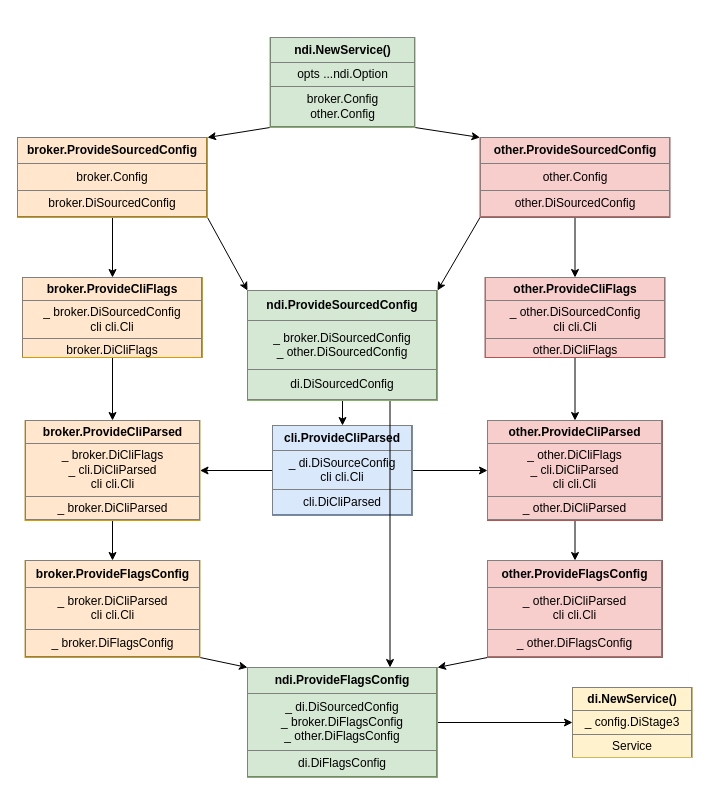
Above: docs/wire/new_wire_di.dio in jochumdev/microwire (draw.io), before the change. Source tidied: cells renumbered, new cells numbered last; positions are measured from the earlier drawing's top-left corner, leaving out a move shared by most shapes. Both pictures are drawn from the tidied source at 100%, with x=0, y=0 at pixel (17, 37).
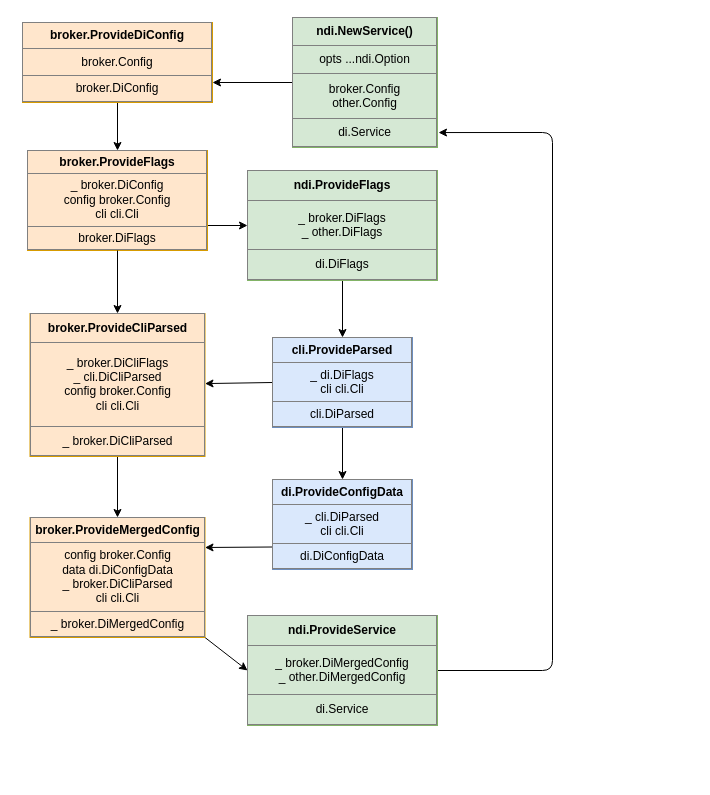
The same diagram, later.

Commit message (it also covers changes not shown here):
(docs): Update new_wire diagram

The edit, as a diff of the source:
```diff
@@
-    <mxCell id="2" value="&lt;table border=&quot;1&quot; width=&quot;100%&quot; height=&quot;100%&quot; cellpadding=&quot;4&quot; style=&quot;width:100%;height:100%;border-collapse:collapse;&quot;&gt;&lt;tbody&gt;&lt;tr&gt;&lt;th align=&quot;center&quot;&gt;&lt;b&gt;di.NewService()&lt;/b&gt;&lt;/th&gt;&lt;/tr&gt;&lt;tr&gt;&lt;td align=&quot;center&quot;&gt;_ config.DiStage3&lt;br&gt;&lt;/td&gt;&lt;/tr&gt;&lt;tr&gt;&lt;td align=&quot;center&quot;&gt;Service&lt;br&gt;&lt;/td&gt;&lt;/tr&gt;&lt;/tbody&gt;&lt;/table&gt;" style="text;html=1;strokeColor=#d6b656;fillColor=#fff2cc;overflow=fill;" parent="1" vertex="1">
-      <mxGeometry x="555" y="650" width="120" height="70" as="geometry" />
-    </mxCell>
-    <mxCell id="3" style="edgeStyle=none;html=1;exitX=0;exitY=1;exitDx=0;exitDy=0;entryX=1;entryY=0;entryDx=0;entryDy=0;startArrow=none;startFill=0;endArrow=classic;endFill=1;" parent="1" edge="1" source="5" target="22">
-      <mxGeometry relative="1" as="geometry" />
-    </mxCell>
-    <mxCell id="4" style="edgeStyle=none;html=1;exitX=1;exitY=1;exitDx=0;exitDy=0;entryX=0;entryY=0;entryDx=0;entryDy=0;startArrow=none;startFill=0;endArrow=classic;endFill=1;" parent="1" edge="1" source="5" target="31">
-      <mxGeometry relative="1" as="geometry" />
-    </mxCell>
+    <mxCell id="32" style="edgeStyle=none;html=1;entryX=1;entryY=0.75;entryDx=0;entryDy=0;" parent="1" edge="1" source="5" target="39">
+      <mxGeometry relative="1" as="geometry" />
+    </mxCell>
-    <mxCell id="5" value="&lt;table border=&quot;1&quot; width=&quot;100%&quot; height=&quot;100%&quot; cellpadding=&quot;4&quot; style=&quot;width: 100%; height: 100%; border-collapse: collapse;&quot;&gt;&lt;tbody&gt;&lt;tr&gt;&lt;th align=&quot;center&quot;&gt;&lt;b&gt;ndi.NewService()&lt;/b&gt;&lt;/th&gt;&lt;/tr&gt;&lt;tr&gt;&lt;td align=&quot;center&quot;&gt;opts ...ndi.Option&lt;/td&gt;&lt;/tr&gt;&lt;tr&gt;&lt;td align=&quot;center&quot;&gt;broker.Config&lt;br&gt;other.Config&lt;/td&gt;&lt;/tr&gt;&lt;/tbody&gt;&lt;/table&gt;" style="text;html=1;strokeColor=#82b366;fillColor=#d5e8d4;overflow=fill;" parent="1" vertex="1">
-      <mxGeometry x="252.5" width="145" height="90" as="geometry" />
+    <mxCell id="5" value="&lt;table border=&quot;1&quot; width=&quot;100%&quot; height=&quot;100%&quot; cellpadding=&quot;4&quot; style=&quot;width: 100%; height: 100%; border-collapse: collapse;&quot;&gt;&lt;tbody&gt;&lt;tr&gt;&lt;th align=&quot;center&quot;&gt;&lt;b&gt;ndi.NewService()&lt;/b&gt;&lt;/th&gt;&lt;/tr&gt;&lt;tr&gt;&lt;td align=&quot;center&quot;&gt;opts ...ndi.Option&lt;/td&gt;&lt;/tr&gt;&lt;tr&gt;&lt;td align=&quot;center&quot;&gt;broker.Config&lt;br&gt;other.Config&lt;/td&gt;&lt;/tr&gt;&lt;tr&gt;&lt;td style=&quot;text-align: center;&quot;&gt;di.Service&lt;/td&gt;&lt;/tr&gt;&lt;/tbody&gt;&lt;/table&gt;" style="text;html=1;strokeColor=#82b366;fillColor=#d5e8d4;overflow=fill;" parent="1" vertex="1">
+      <mxGeometry x="275" y="-20" width="145" height="130" as="geometry" />
     </mxCell>
+    <mxCell id="33" style="edgeStyle=none;html=1;exitX=0.5;exitY=1;exitDx=0;exitDy=0;" parent="1" edge="1" source="8" target="37">
+      <mxGeometry relative="1" as="geometry" />
+    </mxCell>
-    <mxCell id="6" style="edgeStyle=none;html=1;exitX=0;exitY=0.5;exitDx=0;exitDy=0;startArrow=none;startFill=0;endArrow=classic;endFill=1;" parent="1" edge="1" source="8" target="12">
+    <mxCell id="6" style="edgeStyle=none;html=1;exitX=0;exitY=0.5;exitDx=0;exitDy=0;" parent="1" edge="1" source="8" target="12">
       <mxGeometry relative="1" as="geometry" />
     </mxCell>
-    <mxCell id="7" style="edgeStyle=none;html=1;exitX=1;exitY=0.5;exitDx=0;exitDy=0;entryX=0;entryY=0.5;entryDx=0;entryDy=0;startArrow=none;startFill=0;endArrow=classic;endFill=1;" parent="1" edge="1" source="8" target="24">
-      <mxGeometry relative="1" as="geometry" />
-    </mxCell>
-    <mxCell id="8" value="&lt;table border=&quot;1&quot; width=&quot;100%&quot; height=&quot;100%&quot; cellpadding=&quot;4&quot; style=&quot;width: 100%; height: 100%; border-collapse: collapse;&quot;&gt;&lt;tbody&gt;&lt;tr&gt;&lt;th align=&quot;center&quot;&gt;cli.ProvideCliParsed&lt;/th&gt;&lt;/tr&gt;&lt;tr&gt;&lt;td align=&quot;center&quot;&gt;_ di.DiSourceConfig&lt;br&gt;cli cli.Cli&lt;br&gt;&lt;/td&gt;&lt;/tr&gt;&lt;tr&gt;&lt;td align=&quot;center&quot;&gt;cli.DiCliParsed&lt;br&gt;&lt;/td&gt;&lt;/tr&gt;&lt;/tbody&gt;&lt;/table&gt;" style="text;html=1;strokeColor=#6c8ebf;fillColor=#dae8fc;overflow=fill;" parent="1" vertex="1">
-      <mxGeometry x="255" y="388" width="140" height="90" as="geometry" />
+    <mxCell id="8" value="&lt;table border=&quot;1&quot; width=&quot;100%&quot; height=&quot;100%&quot; cellpadding=&quot;4&quot; style=&quot;width: 100%; height: 100%; border-collapse: collapse;&quot;&gt;&lt;tbody&gt;&lt;tr&gt;&lt;th align=&quot;center&quot;&gt;cli.ProvideParsed&lt;/th&gt;&lt;/tr&gt;&lt;tr&gt;&lt;td align=&quot;center&quot;&gt;_ di.DiFlags&lt;br&gt;cli cli.Cli&lt;br&gt;&lt;/td&gt;&lt;/tr&gt;&lt;tr&gt;&lt;td align=&quot;center&quot;&gt;cli.DiParsed&lt;br&gt;&lt;/td&gt;&lt;/tr&gt;&lt;/tbody&gt;&lt;/table&gt;" style="text;html=1;strokeColor=#6c8ebf;fillColor=#dae8fc;overflow=fill;" parent="1" vertex="1">
+      <mxGeometry x="255" y="300" width="140" height="90" as="geometry" />
     </mxCell>
-    <mxCell id="9" style="edgeStyle=none;html=1;entryX=0;entryY=0.5;entryDx=0;entryDy=0;startArrow=none;startFill=0;endArrow=classic;endFill=1;" parent="1" edge="1" source="10" target="2">
-      <mxGeometry relative="1" as="geometry" />
-    </mxCell>
+    <mxCell id="34" style="edgeStyle=none;html=1;exitX=1;exitY=0.5;exitDx=0;exitDy=0;entryX=1.007;entryY=0.885;entryDx=0;entryDy=0;entryPerimeter=0;" parent="1" edge="1" source="10" target="5">
+      <mxGeometry relative="1" as="geometry">
+        <Array as="points">
+          <mxPoint x="535" y="633" />
+          <mxPoint x="535" y="95" />
+        </Array>
+      </mxGeometry>
+    </mxCell>
-    <mxCell id="10" value="&lt;table border=&quot;1&quot; width=&quot;100%&quot; height=&quot;100%&quot; cellpadding=&quot;4&quot; style=&quot;width: 100%; height: 100%; border-collapse: collapse;&quot;&gt;&lt;tbody&gt;&lt;tr&gt;&lt;th align=&quot;center&quot;&gt;ndi.ProvideFlagsConfig&lt;/th&gt;&lt;/tr&gt;&lt;tr&gt;&lt;td align=&quot;center&quot;&gt;_ di.DiSourcedConfig&lt;br&gt;_ broker.DiFlagsConfig&lt;br&gt;_ other.DiFlagsConfig&lt;br&gt;&lt;/td&gt;&lt;/tr&gt;&lt;tr&gt;&lt;td align=&quot;center&quot;&gt;di.DiFlagsConfig&lt;br&gt;&lt;/td&gt;&lt;/tr&gt;&lt;/tbody&gt;&lt;/table&gt;" style="text;html=1;strokeColor=#82b366;fillColor=#d5e8d4;overflow=fill;" parent="1" vertex="1">
-      <mxGeometry x="230" y="630" width="190" height="110" as="geometry" />
+    <mxCell id="10" value="&lt;table border=&quot;1&quot; width=&quot;100%&quot; height=&quot;100%&quot; cellpadding=&quot;4&quot; style=&quot;width: 100%; height: 100%; border-collapse: collapse;&quot;&gt;&lt;tbody&gt;&lt;tr&gt;&lt;th align=&quot;center&quot;&gt;ndi.ProvideService&lt;/th&gt;&lt;/tr&gt;&lt;tr&gt;&lt;td align=&quot;center&quot;&gt;_ broker.DiMergedConfig&lt;br&gt;_ other.DiMergedConfig&lt;br&gt;&lt;/td&gt;&lt;/tr&gt;&lt;tr&gt;&lt;td align=&quot;center&quot;&gt;di.Service&lt;br&gt;&lt;/td&gt;&lt;/tr&gt;&lt;/tbody&gt;&lt;/table&gt;" style="text;html=1;strokeColor=#82b366;fillColor=#d5e8d4;overflow=fill;" parent="1" vertex="1">
+      <mxGeometry x="230" y="578" width="190" height="110" as="geometry" />
     </mxCell>
@@
-    <mxCell id="12" value="&lt;table border=&quot;1&quot; width=&quot;100%&quot; height=&quot;100%&quot; cellpadding=&quot;4&quot; style=&quot;width: 100%; height: 100%; border-collapse: collapse;&quot;&gt;&lt;tbody&gt;&lt;tr&gt;&lt;th align=&quot;center&quot;&gt;broker.ProvideCliParsed&lt;/th&gt;&lt;/tr&gt;&lt;tr&gt;&lt;td align=&quot;center&quot;&gt;_ broker.DiCliFlags&lt;br&gt;_ cli.DiCliParsed&lt;br&gt;cli cli.Cli&lt;/td&gt;&lt;/tr&gt;&lt;tr&gt;&lt;td align=&quot;center&quot;&gt;_ broker.DiCliParsed&lt;br&gt;&lt;/td&gt;&lt;/tr&gt;&lt;/tbody&gt;&lt;/table&gt;" style="text;html=1;strokeColor=#d79b00;fillColor=#ffe6cc;overflow=fill;" parent="1" vertex="1">
-      <mxGeometry x="7.5" y="383" width="175" height="100" as="geometry" />
+    <mxCell id="12" value="&lt;table border=&quot;1&quot; width=&quot;100%&quot; height=&quot;100%&quot; cellpadding=&quot;4&quot; style=&quot;width: 100%; height: 100%; border-collapse: collapse;&quot;&gt;&lt;tbody&gt;&lt;tr&gt;&lt;th align=&quot;center&quot;&gt;broker.ProvideCliParsed&lt;/th&gt;&lt;/tr&gt;&lt;tr&gt;&lt;td align=&quot;center&quot;&gt;_ broker.DiCliFlags&lt;br&gt;_ cli.DiCliParsed&lt;br&gt;config broker.Config&lt;br&gt;cli cli.Cli&lt;/td&gt;&lt;/tr&gt;&lt;tr&gt;&lt;td align=&quot;center&quot;&gt;_ broker.DiCliParsed&lt;br&gt;&lt;/td&gt;&lt;/tr&gt;&lt;/tbody&gt;&lt;/table&gt;" style="text;html=1;strokeColor=#d79b00;fillColor=#ffe6cc;overflow=fill;" parent="1" vertex="1">
+      <mxGeometry x="12.5" y="276" width="175" height="143" as="geometry" />
     </mxCell>
-    <mxCell id="13" style="edgeStyle=none;html=1;exitX=0.5;exitY=1;exitDx=0;exitDy=0;entryX=0.5;entryY=0;entryDx=0;entryDy=0;startArrow=none;startFill=0;endArrow=classic;endFill=1;" parent="1" edge="1" source="14" target="12">
-      <mxGeometry relative="1" as="geometry" />
-    </mxCell>
+    <mxCell id="35" style="edgeStyle=none;html=1;exitX=1;exitY=0.75;exitDx=0;exitDy=0;entryX=0;entryY=0.5;entryDx=0;entryDy=0;" parent="1" edge="1" source="14" target="17">
+      <mxGeometry relative="1" as="geometry" />
+    </mxCell>
-    <mxCell id="14" value="&lt;table border=&quot;1&quot; width=&quot;100%&quot; height=&quot;100%&quot; cellpadding=&quot;4&quot; style=&quot;width: 100%; height: 100%; border-collapse: collapse;&quot;&gt;&lt;tbody&gt;&lt;tr&gt;&lt;th align=&quot;center&quot;&gt;broker.ProvideCliFlags&lt;/th&gt;&lt;/tr&gt;&lt;tr&gt;&lt;td align=&quot;center&quot;&gt;_ broker.DiSourcedConfig&lt;br&gt;cli cli.Cli&lt;/td&gt;&lt;/tr&gt;&lt;tr&gt;&lt;td align=&quot;center&quot;&gt;broker.DiCliFlags&lt;br&gt;&lt;/td&gt;&lt;/tr&gt;&lt;/tbody&gt;&lt;/table&gt;" style="text;html=1;strokeColor=#d79b00;fillColor=#ffe6cc;overflow=fill;" parent="1" vertex="1">
-      <mxGeometry x="5" y="240" width="180" height="80" as="geometry" />
+    <mxCell id="14" value="&lt;table border=&quot;1&quot; width=&quot;100%&quot; height=&quot;100%&quot; cellpadding=&quot;4&quot; style=&quot;width: 100%; height: 100%; border-collapse: collapse;&quot;&gt;&lt;tbody&gt;&lt;tr&gt;&lt;th align=&quot;center&quot;&gt;broker.ProvideFlags&lt;/th&gt;&lt;/tr&gt;&lt;tr&gt;&lt;td align=&quot;center&quot;&gt;_ broker.DiConfig&lt;br&gt;config broker.Config&lt;br&gt;cli cli.Cli&lt;/td&gt;&lt;/tr&gt;&lt;tr&gt;&lt;td align=&quot;center&quot;&gt;broker.DiFlags&lt;br&gt;&lt;/td&gt;&lt;/tr&gt;&lt;/tbody&gt;&lt;/table&gt;" style="text;html=1;strokeColor=#d79b00;fillColor=#ffe6cc;overflow=fill;" parent="1" vertex="1">
+      <mxGeometry x="10" y="113" width="180" height="100" as="geometry" />
     </mxCell>
@@
-    <mxCell id="16" style="edgeStyle=none;html=1;exitX=0.75;exitY=1;exitDx=0;exitDy=0;entryX=0.75;entryY=0;entryDx=0;entryDy=0;startArrow=none;startFill=0;endArrow=classic;endFill=1;" parent="1" edge="1" source="17" target="10">
-      <mxGeometry relative="1" as="geometry" />
-    </mxCell>
-    <mxCell id="17" value="&lt;table border=&quot;1&quot; width=&quot;100%&quot; height=&quot;100%&quot; cellpadding=&quot;4&quot; style=&quot;width: 100%; height: 100%; border-collapse: collapse;&quot;&gt;&lt;tbody&gt;&lt;tr&gt;&lt;th align=&quot;center&quot;&gt;ndi.ProvideSourcedConfig&lt;/th&gt;&lt;/tr&gt;&lt;tr&gt;&lt;td align=&quot;center&quot;&gt;_ broker.DiSourcedConfig&lt;br&gt;_ other.DiSourcedConfig&lt;br&gt;&lt;/td&gt;&lt;/tr&gt;&lt;tr&gt;&lt;td align=&quot;center&quot;&gt;di.DiSourcedConfig&lt;br&gt;&lt;/td&gt;&lt;/tr&gt;&lt;/tbody&gt;&lt;/table&gt;" style="text;html=1;strokeColor=#82b366;fillColor=#d5e8d4;overflow=fill;" parent="1" vertex="1">
-      <mxGeometry x="230" y="253" width="190" height="110" as="geometry" />
+    <mxCell id="17" value="&lt;table border=&quot;1&quot; width=&quot;100%&quot; height=&quot;100%&quot; cellpadding=&quot;4&quot; style=&quot;width: 100%; height: 100%; border-collapse: collapse;&quot;&gt;&lt;tbody&gt;&lt;tr&gt;&lt;th align=&quot;center&quot;&gt;ndi.ProvideFlags&lt;/th&gt;&lt;/tr&gt;&lt;tr&gt;&lt;td align=&quot;center&quot;&gt;_ broker.DiFlags&lt;br&gt;_ other.DiFlags&lt;/td&gt;&lt;/tr&gt;&lt;tr&gt;&lt;td align=&quot;center&quot;&gt;di.DiFlags&lt;br&gt;&lt;/td&gt;&lt;/tr&gt;&lt;/tbody&gt;&lt;/table&gt;" style="text;html=1;strokeColor=#82b366;fillColor=#d5e8d4;overflow=fill;" parent="1" vertex="1">
+      <mxGeometry x="230" y="133" width="190" height="110" as="geometry" />
     </mxCell>
-    <mxCell id="18" style="edgeStyle=none;html=1;exitX=1;exitY=1;exitDx=0;exitDy=0;entryX=0;entryY=0;entryDx=0;entryDy=0;startArrow=none;startFill=0;endArrow=classic;endFill=1;" parent="1" edge="1" source="19" target="10">
+    <mxCell id="18" style="edgeStyle=none;html=1;exitX=1;exitY=1;exitDx=0;exitDy=0;entryX=0;entryY=0.5;entryDx=0;entryDy=0;" parent="1" edge="1" source="19" target="10">
       <mxGeometry relative="1" as="geometry" />
     </mxCell>
-    <mxCell id="19" value="&lt;table border=&quot;1&quot; width=&quot;100%&quot; height=&quot;100%&quot; cellpadding=&quot;4&quot; style=&quot;width: 100%; height: 100%; border-collapse: collapse;&quot;&gt;&lt;tbody&gt;&lt;tr&gt;&lt;th align=&quot;center&quot;&gt;broker.ProvideFlagsConfig&lt;/th&gt;&lt;/tr&gt;&lt;tr&gt;&lt;td align=&quot;center&quot;&gt;_ broker.DiCliParsed&lt;br&gt;cli cli.Cli&lt;/td&gt;&lt;/tr&gt;&lt;tr&gt;&lt;td align=&quot;center&quot;&gt;_ broker.DiFlagsConfig&lt;br&gt;&lt;/td&gt;&lt;/tr&gt;&lt;/tbody&gt;&lt;/table&gt;" style="text;html=1;strokeColor=#d79b00;fillColor=#ffe6cc;overflow=fill;" parent="1" vertex="1">
-      <mxGeometry x="7.5" y="523" width="175" height="97" as="geometry" />
+    <mxCell id="19" value="&lt;table border=&quot;1&quot; width=&quot;100%&quot; height=&quot;100%&quot; cellpadding=&quot;4&quot; style=&quot;width: 100%; height: 100%; border-collapse: collapse;&quot;&gt;&lt;tbody&gt;&lt;tr&gt;&lt;th align=&quot;center&quot;&gt;broker.ProvideMergedConfig&lt;/th&gt;&lt;/tr&gt;&lt;tr&gt;&lt;td align=&quot;center&quot;&gt;config broker.Config&lt;br&gt;data di.DiConfigData&lt;br&gt;_ broker.DiCliParsed&lt;br&gt;cli cli.Cli&lt;/td&gt;&lt;/tr&gt;&lt;tr&gt;&lt;td align=&quot;center&quot;&gt;_ broker.DiMergedConfig&lt;br&gt;&lt;/td&gt;&lt;/tr&gt;&lt;/tbody&gt;&lt;/table&gt;" style="text;html=1;strokeColor=#d79b00;fillColor=#ffe6cc;overflow=fill;" parent="1" vertex="1">
+      <mxGeometry x="12.5" y="480" width="175" height="120" as="geometry" />
     </mxCell>
-    <mxCell id="20" style="edgeStyle=none;html=1;exitX=1;exitY=1;exitDx=0;exitDy=0;entryX=0;entryY=0;entryDx=0;entryDy=0;startArrow=none;startFill=0;endArrow=classic;endFill=1;" parent="1" edge="1" source="22" target="17">
-      <mxGeometry relative="1" as="geometry" />
-    </mxCell>
-    <mxCell id="21" style="edgeStyle=none;html=1;exitX=0.5;exitY=1;exitDx=0;exitDy=0;entryX=0.5;entryY=0;entryDx=0;entryDy=0;startArrow=none;startFill=0;endArrow=classic;endFill=1;" parent="1" edge="1" source="22" target="14">
-      <mxGeometry relative="1" as="geometry" />
-    </mxCell>
-    <mxCell id="22" value="&lt;table border=&quot;1&quot; width=&quot;100%&quot; height=&quot;100%&quot; cellpadding=&quot;4&quot; style=&quot;width: 100%; height: 100%; border-collapse: collapse;&quot;&gt;&lt;tbody&gt;&lt;tr&gt;&lt;th align=&quot;center&quot;&gt;broker.ProvideSourcedConfig&lt;/th&gt;&lt;/tr&gt;&lt;tr&gt;&lt;td align=&quot;center&quot;&gt;broker.Config&lt;/td&gt;&lt;/tr&gt;&lt;tr&gt;&lt;td align=&quot;center&quot;&gt;broker.DiSourcedConfig&lt;br&gt;&lt;/td&gt;&lt;/tr&gt;&lt;/tbody&gt;&lt;/table&gt;" style="text;html=1;strokeColor=#d79b00;fillColor=#ffe6cc;overflow=fill;" parent="1" vertex="1">
-      <mxGeometry y="100" width="190" height="80" as="geometry" />
-    </mxCell>
-    <mxCell id="23" style="edgeStyle=none;html=1;exitX=0.5;exitY=1;exitDx=0;exitDy=0;startArrow=none;startFill=0;endArrow=classic;endFill=1;" parent="1" edge="1" source="24" target="28">
-      <mxGeometry relative="1" as="geometry" />
-    </mxCell>
-    <mxCell id="24" value="&lt;table border=&quot;1&quot; width=&quot;100%&quot; height=&quot;100%&quot; cellpadding=&quot;4&quot; style=&quot;width: 100%; height: 100%; border-collapse: collapse;&quot;&gt;&lt;tbody&gt;&lt;tr&gt;&lt;th align=&quot;center&quot;&gt;other.ProvideCliParsed&lt;/th&gt;&lt;/tr&gt;&lt;tr&gt;&lt;td align=&quot;center&quot;&gt;_ other.DiCliFlags&lt;br&gt;_ cli.DiCliParsed&lt;br&gt;cli cli.Cli&lt;/td&gt;&lt;/tr&gt;&lt;tr&gt;&lt;td align=&quot;center&quot;&gt;_ other.DiCliParsed&lt;br&gt;&lt;/td&gt;&lt;/tr&gt;&lt;/tbody&gt;&lt;/table&gt;" style="text;html=1;strokeColor=#b85450;fillColor=#f8cecc;overflow=fill;" parent="1" vertex="1">
-      <mxGeometry x="470" y="383" width="175" height="100" as="geometry" />
-    </mxCell>
-    <mxCell id="25" style="edgeStyle=none;html=1;exitX=0.5;exitY=1;exitDx=0;exitDy=0;entryX=0.5;entryY=0;entryDx=0;entryDy=0;startArrow=none;startFill=0;endArrow=classic;endFill=1;" parent="1" edge="1" source="26" target="24">
-      <mxGeometry relative="1" as="geometry" />
-    </mxCell>
-    <mxCell id="26" value="&lt;table border=&quot;1&quot; width=&quot;100%&quot; height=&quot;100%&quot; cellpadding=&quot;4&quot; style=&quot;width: 100%; height: 100%; border-collapse: collapse;&quot;&gt;&lt;tbody&gt;&lt;tr&gt;&lt;th align=&quot;center&quot;&gt;other.ProvideCliFlags&lt;/th&gt;&lt;/tr&gt;&lt;tr&gt;&lt;td align=&quot;center&quot;&gt;_ other.DiSourcedConfig&lt;br&gt;cli cli.Cli&lt;/td&gt;&lt;/tr&gt;&lt;tr&gt;&lt;td align=&quot;center&quot;&gt;other.DiCliFlags&lt;br&gt;&lt;/td&gt;&lt;/tr&gt;&lt;/tbody&gt;&lt;/table&gt;" style="text;html=1;strokeColor=#b85450;fillColor=#f8cecc;overflow=fill;" parent="1" vertex="1">
-      <mxGeometry x="467.5" y="240" width="180" height="80" as="geometry" />
-    </mxCell>
-    <mxCell id="27" style="edgeStyle=none;html=1;exitX=0;exitY=1;exitDx=0;exitDy=0;entryX=1;entryY=0;entryDx=0;entryDy=0;startArrow=none;startFill=0;endArrow=classic;endFill=1;" parent="1" edge="1" source="28" target="10">
-      <mxGeometry relative="1" as="geometry" />
-    </mxCell>
-    <mxCell id="28" value="&lt;table border=&quot;1&quot; width=&quot;100%&quot; height=&quot;100%&quot; cellpadding=&quot;4&quot; style=&quot;width: 100%; height: 100%; border-collapse: collapse;&quot;&gt;&lt;tbody&gt;&lt;tr&gt;&lt;th align=&quot;center&quot;&gt;other.ProvideFlagsConfig&lt;/th&gt;&lt;/tr&gt;&lt;tr&gt;&lt;td align=&quot;center&quot;&gt;_ other.DiCliParsed&lt;br&gt;cli cli.Cli&lt;/td&gt;&lt;/tr&gt;&lt;tr&gt;&lt;td align=&quot;center&quot;&gt;_ other.DiFlagsConfig&lt;br&gt;&lt;/td&gt;&lt;/tr&gt;&lt;/tbody&gt;&lt;/table&gt;" style="text;html=1;strokeColor=#b85450;fillColor=#f8cecc;overflow=fill;" parent="1" vertex="1">
-      <mxGeometry x="470" y="523" width="175" height="97" as="geometry" />
-    </mxCell>
-    <mxCell id="29" style="edgeStyle=none;html=1;exitX=0.5;exitY=1;exitDx=0;exitDy=0;startArrow=none;startFill=0;endArrow=classic;endFill=1;" parent="1" edge="1" source="31" target="26">
-      <mxGeometry relative="1" as="geometry" />
-    </mxCell>
-    <mxCell id="30" style="edgeStyle=none;html=1;exitX=0;exitY=1;exitDx=0;exitDy=0;entryX=1;entryY=0;entryDx=0;entryDy=0;" parent="1" edge="1" source="31" target="17">
-      <mxGeometry relative="1" as="geometry" />
-    </mxCell>
-    <mxCell id="31" value="&lt;table border=&quot;1&quot; width=&quot;100%&quot; height=&quot;100%&quot; cellpadding=&quot;4&quot; style=&quot;width: 100%; height: 100%; border-collapse: collapse;&quot;&gt;&lt;tbody&gt;&lt;tr&gt;&lt;th align=&quot;center&quot;&gt;other.ProvideSourcedConfig&lt;/th&gt;&lt;/tr&gt;&lt;tr&gt;&lt;td align=&quot;center&quot;&gt;other.Config&lt;/td&gt;&lt;/tr&gt;&lt;tr&gt;&lt;td align=&quot;center&quot;&gt;other.DiSourcedConfig&lt;br&gt;&lt;/td&gt;&lt;/tr&gt;&lt;/tbody&gt;&lt;/table&gt;" style="text;html=1;strokeColor=#b85450;fillColor=#f8cecc;overflow=fill;" parent="1" vertex="1">
-      <mxGeometry x="462.5" y="100" width="190" height="80" as="geometry" />
-    </mxCell>
+    <mxCell id="13" style="edgeStyle=none;html=1;entryX=0.5;entryY=0;entryDx=0;entryDy=0;" parent="1" edge="1" source="14" target="12">
+      <mxGeometry relative="1" as="geometry" />
+    </mxCell>
+    <mxCell id="36" style="edgeStyle=none;html=1;exitX=0;exitY=0.75;exitDx=0;exitDy=0;entryX=1;entryY=0.25;entryDx=0;entryDy=0;" parent="1" edge="1" source="37" target="19">
+      <mxGeometry relative="1" as="geometry" />
+    </mxCell>
+    <mxCell id="37" value="&lt;table border=&quot;1&quot; width=&quot;100%&quot; height=&quot;100%&quot; cellpadding=&quot;4&quot; style=&quot;width: 100%; height: 100%; border-collapse: collapse;&quot;&gt;&lt;tbody&gt;&lt;tr&gt;&lt;th align=&quot;center&quot;&gt;di.ProvideConfigData&lt;/th&gt;&lt;/tr&gt;&lt;tr&gt;&lt;td align=&quot;center&quot;&gt;_ cli.DiParsed&lt;br&gt;cli cli.Cli&lt;br&gt;&lt;/td&gt;&lt;/tr&gt;&lt;tr&gt;&lt;td align=&quot;center&quot;&gt;di.DiConfigData&lt;/td&gt;&lt;/tr&gt;&lt;/tbody&gt;&lt;/table&gt;" style="text;html=1;strokeColor=#6c8ebf;fillColor=#dae8fc;overflow=fill;" parent="1" vertex="1">
+      <mxGeometry x="255" y="442" width="140" height="90" as="geometry" />
+    </mxCell>
+    <mxCell id="38" style="edgeStyle=none;html=1;exitX=0.5;exitY=1;exitDx=0;exitDy=0;entryX=0.5;entryY=0;entryDx=0;entryDy=0;" parent="1" edge="1" source="39" target="14">
+      <mxGeometry relative="1" as="geometry" />
+    </mxCell>
+    <mxCell id="39" value="&lt;table border=&quot;1&quot; width=&quot;100%&quot; height=&quot;100%&quot; cellpadding=&quot;4&quot; style=&quot;width: 100%; height: 100%; border-collapse: collapse;&quot;&gt;&lt;tbody&gt;&lt;tr&gt;&lt;th align=&quot;center&quot;&gt;broker.ProvideDiConfig&lt;/th&gt;&lt;/tr&gt;&lt;tr&gt;&lt;td align=&quot;center&quot;&gt;broker.Config&lt;/td&gt;&lt;/tr&gt;&lt;tr&gt;&lt;td align=&quot;center&quot;&gt;broker.DiConfig&lt;br&gt;&lt;/td&gt;&lt;/tr&gt;&lt;/tbody&gt;&lt;/table&gt;" style="text;html=1;strokeColor=#d79b00;fillColor=#ffe6cc;overflow=fill;" parent="1" vertex="1">
+      <mxGeometry x="5" y="-15" width="190" height="80" as="geometry" />
+    </mxCell>
```
